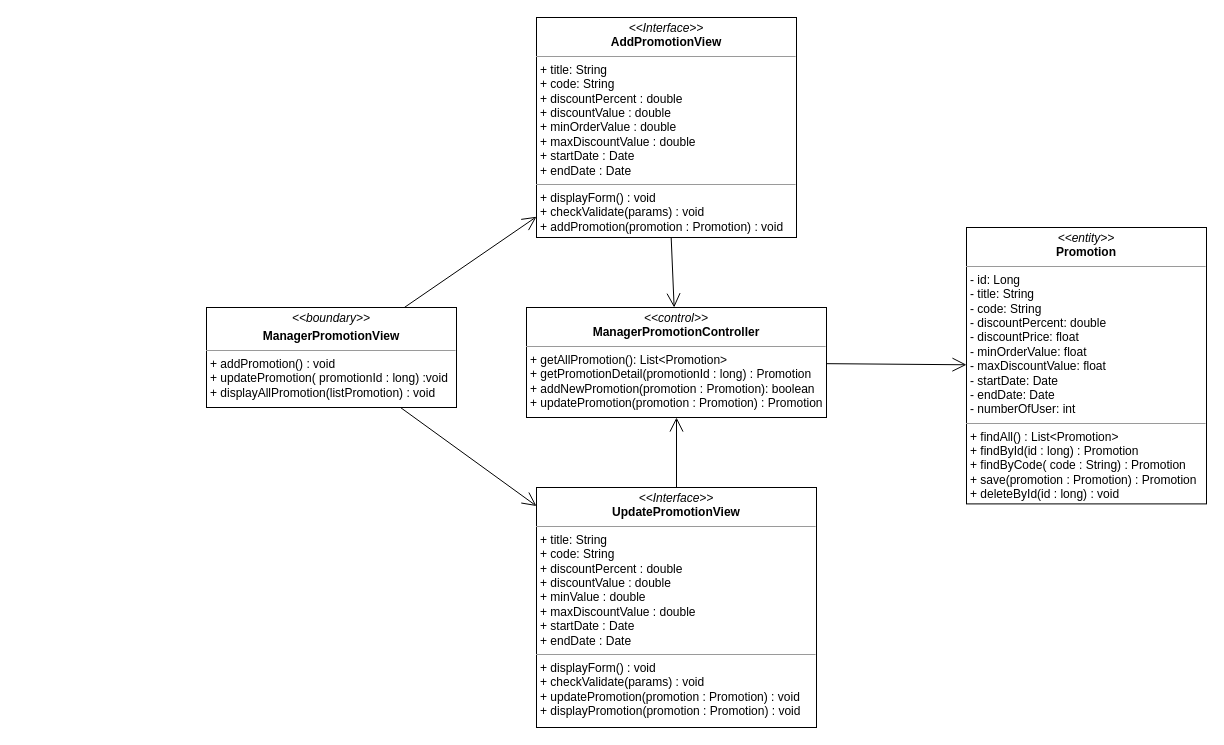
The draw.io diagram class diagram/add-promotion-class-diagram.drawio in nguyenphamvan/datn_20202, before the edit. Source tidied: cells renumbered, new cells numbered last; positions are measured from the earlier drawing's top-left corner, leaving out a move shared by most shapes. Both pictures are drawn from the tidied source at 100%, with x=0, y=0 at pixel (206, 17).
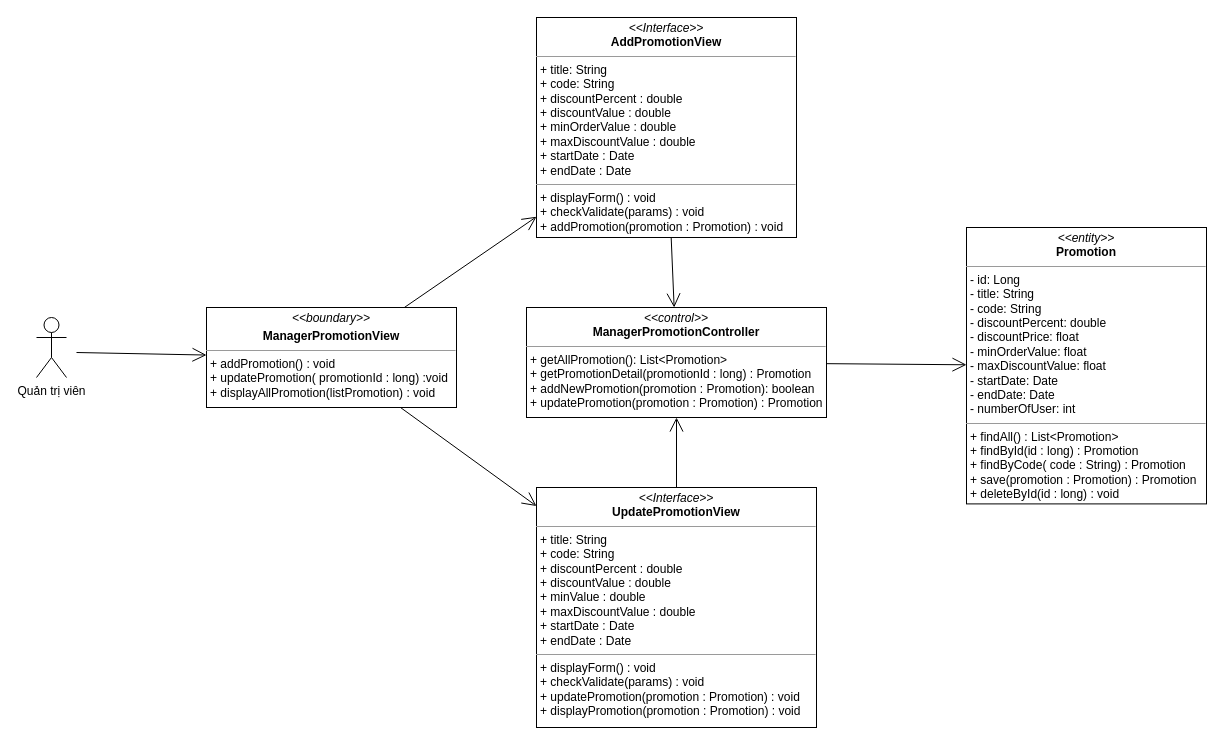
Above is the later version.

What changed in the source:
```diff
@@
 <mxGraphModel>
   <root>
     <mxCell id="0" />
     <mxCell id="1" parent="0" />
     <mxCell id="2" style="endArrow=open;endFill=1;endSize=12;html=1;" parent="1" edge="1" source="8" target="3">
       <mxGeometry relative="1" as="geometry" />
     </mxCell>
     <mxCell id="3" value="&lt;p style=&quot;margin: 0px ; margin-top: 4px ; text-align: center&quot;&gt;&lt;i&gt;&amp;lt;&amp;lt;control&amp;gt;&amp;gt;&lt;/i&gt;&lt;br&gt;&lt;b&gt;ManagerPromotionController&lt;/b&gt;&lt;/p&gt;&lt;hr size=&quot;1&quot;&gt;&lt;p style=&quot;margin: 0px ; margin-left: 4px&quot;&gt;+ getAllPromotion(): List&amp;lt;Promotion&amp;gt;&lt;br&gt;&lt;/p&gt;&lt;p style=&quot;margin: 0px ; margin-left: 4px&quot;&gt;+ getPromotionDetail(promotionId : long) : Promotion&lt;/p&gt;&lt;p style=&quot;margin: 0px ; margin-left: 4px&quot;&gt;+ addNewPromotion(promotion : Promotion): boolean&lt;/p&gt;&lt;p style=&quot;margin: 0px ; margin-left: 4px&quot;&gt;+ updatePromotion(promotion : Promotion) : Promotion&lt;/p&gt;" style="verticalAlign=top;align=left;overflow=fill;fontSize=12;fontFamily=Helvetica;html=1;" parent="1" vertex="1">
       <mxGeometry x="320" y="290" width="300" height="110" as="geometry" />
     </mxCell>
     <mxCell id="4" style="endArrow=open;endFill=1;endSize=12;html=1;" parent="1" edge="1" source="3" target="5">
       <mxGeometry relative="1" as="geometry" />
     </mxCell>
     <mxCell id="5" value="&lt;p style=&quot;margin: 0px ; margin-top: 4px ; text-align: center&quot;&gt;&lt;i&gt;&amp;lt;&amp;lt;entity&amp;gt;&amp;gt;&lt;/i&gt;&lt;br&gt;&lt;b&gt;Promotion&lt;/b&gt;&lt;/p&gt;&lt;hr size=&quot;1&quot;&gt;&lt;p style=&quot;margin: 0px ; margin-left: 4px&quot;&gt;- id: Long&lt;/p&gt;&lt;p style=&quot;margin: 0px 0px 0px 4px&quot;&gt;- title: String&lt;br&gt;- code: String&lt;/p&gt;&lt;p style=&quot;margin: 0px 0px 0px 4px&quot;&gt;- discountPercent: double&lt;/p&gt;&lt;p style=&quot;margin: 0px 0px 0px 4px&quot;&gt;- discountPrice: float&lt;/p&gt;&lt;p style=&quot;margin: 0px 0px 0px 4px&quot;&gt;- minOrderValue: float&lt;/p&gt;&lt;p style=&quot;margin: 0px 0px 0px 4px&quot;&gt;- maxDiscountValue: float&lt;/p&gt;&lt;p style=&quot;margin: 0px 0px 0px 4px&quot;&gt;- startDate: Date&lt;/p&gt;&lt;p style=&quot;margin: 0px 0px 0px 4px&quot;&gt;- endDate: Date&lt;/p&gt;&lt;p style=&quot;margin: 0px 0px 0px 4px&quot;&gt;- numberOfUser: int&lt;span&gt;&amp;nbsp;&lt;/span&gt;&lt;/p&gt;&lt;hr size=&quot;1&quot;&gt;&lt;p style=&quot;margin: 0px 0px 0px 4px&quot;&gt;+ findAll() : List&amp;lt;Promotion&amp;gt;&lt;/p&gt;&lt;p style=&quot;margin: 0px 0px 0px 4px&quot;&gt;+ findById(id : long) : Promotion&lt;/p&gt;&lt;p style=&quot;margin: 0px 0px 0px 4px&quot;&gt;+ findByCode( code : String) : Promotion&lt;/p&gt;&lt;p style=&quot;margin: 0px 0px 0px 4px&quot;&gt;+ save(promotion : Promotion) : Promotion&lt;/p&gt;&lt;p style=&quot;margin: 0px 0px 0px 4px&quot;&gt;+ deleteById(id : long) : void&lt;/p&gt;" style="verticalAlign=top;align=left;overflow=fill;fontSize=12;fontFamily=Helvetica;html=1;" parent="1" vertex="1">
       <mxGeometry x="760" y="210" width="240" height="276.4" as="geometry" />
     </mxCell>
     <mxCell id="6" style="endArrow=open;endFill=1;endSize=12;html=1;" parent="1" edge="1" source="9" target="3">
       <mxGeometry relative="1" as="geometry" />
     </mxCell>
     <mxCell id="7" value="&lt;p style=&quot;margin: 0px ; margin-top: 4px ; text-align: center&quot;&gt;&lt;i&gt;&amp;lt;&amp;lt;boundary&amp;gt;&amp;gt;&lt;/i&gt;&lt;/p&gt;&lt;p style=&quot;margin: 0px ; margin-top: 4px ; text-align: center&quot;&gt;&lt;b&gt;ManagerPromotionView&lt;/b&gt;&lt;/p&gt;&lt;hr size=&quot;1&quot;&gt;&lt;p style=&quot;margin: 0px ; margin-left: 4px&quot;&gt;&lt;span&gt;+ addPromotion() : void&lt;/span&gt;&lt;br&gt;&lt;/p&gt;&lt;p style=&quot;margin: 0px ; margin-left: 4px&quot;&gt;&lt;span&gt;+ updatePromotion( promotionId : long) :void&lt;/span&gt;&lt;/p&gt;&lt;p style=&quot;margin: 0px ; margin-left: 4px&quot;&gt;+ displayAllPromotion(listPromotion) : void&lt;span&gt;&lt;br&gt;&lt;/span&gt;&lt;/p&gt;" style="verticalAlign=top;align=left;overflow=fill;fontSize=12;fontFamily=Helvetica;html=1;" parent="1" vertex="1">
       <mxGeometry y="290" width="250" height="100" as="geometry" />
     </mxCell>
     <mxCell id="8" value="&lt;p style=&quot;margin: 0px ; margin-top: 4px ; text-align: center&quot;&gt;&lt;i&gt;&amp;lt;&amp;lt;Interface&amp;gt;&amp;gt;&lt;/i&gt;&lt;br&gt;&lt;b&gt;AddPromotionView&lt;/b&gt;&lt;br&gt;&lt;/p&gt;&lt;hr size=&quot;1&quot;&gt;&lt;p style=&quot;margin: 0px ; margin-left: 4px&quot;&gt;+ title: String&lt;br&gt;+ code: String&lt;/p&gt;&lt;p style=&quot;margin: 0px ; margin-left: 4px&quot;&gt;+ discountPercent : double&lt;/p&gt;&lt;p style=&quot;margin: 0px ; margin-left: 4px&quot;&gt;+ discountValue : double&lt;/p&gt;&lt;p style=&quot;margin: 0px ; margin-left: 4px&quot;&gt;+ minOrderValue : double&lt;/p&gt;&lt;p style=&quot;margin: 0px ; margin-left: 4px&quot;&gt;+ maxDiscountValue : double&lt;/p&gt;&lt;p style=&quot;margin: 0px ; margin-left: 4px&quot;&gt;+ startDate : Date&lt;/p&gt;&lt;p style=&quot;margin: 0px ; margin-left: 4px&quot;&gt;+ endDate : Date&lt;/p&gt;&lt;hr size=&quot;1&quot;&gt;&lt;p style=&quot;margin: 0px 0px 0px 4px&quot;&gt;+ displayForm() : void&lt;br&gt;&lt;/p&gt;&lt;p style=&quot;margin: 0px 0px 0px 4px&quot;&gt;+ checkValidate(params) : void&lt;/p&gt;&lt;p style=&quot;margin: 0px 0px 0px 4px&quot;&gt;+ addPromotion(promotion : Promotion) : void&lt;/p&gt;" style="verticalAlign=top;align=left;overflow=fill;fontSize=12;fontFamily=Helvetica;html=1;" parent="1" vertex="1">
       <mxGeometry x="330" width="260" height="220" as="geometry" />
     </mxCell>
     <mxCell id="9" value="&lt;p style=&quot;margin: 0px ; margin-top: 4px ; text-align: center&quot;&gt;&lt;i&gt;&amp;lt;&amp;lt;Interface&amp;gt;&amp;gt;&lt;/i&gt;&lt;br&gt;&lt;b&gt;UpdatePromotionView&lt;/b&gt;&lt;br&gt;&lt;/p&gt;&lt;hr size=&quot;1&quot;&gt;&lt;p style=&quot;margin: 0px ; margin-left: 4px&quot;&gt;+ title: String&lt;br&gt;+ code: String&lt;/p&gt;&lt;p style=&quot;margin: 0px ; margin-left: 4px&quot;&gt;+ discountPercent : double&lt;/p&gt;&lt;p style=&quot;margin: 0px ; margin-left: 4px&quot;&gt;+ discountValue : double&lt;/p&gt;&lt;p style=&quot;margin: 0px ; margin-left: 4px&quot;&gt;+ minValue : double&lt;/p&gt;&lt;p style=&quot;margin: 0px ; margin-left: 4px&quot;&gt;+ maxDiscountValue : double&lt;/p&gt;&lt;p style=&quot;margin: 0px ; margin-left: 4px&quot;&gt;+ startDate : Date&lt;/p&gt;&lt;p style=&quot;margin: 0px ; margin-left: 4px&quot;&gt;+ endDate : Date&lt;/p&gt;&lt;hr size=&quot;1&quot;&gt;&lt;p style=&quot;margin: 0px 0px 0px 4px&quot;&gt;+ displayForm() : void&lt;br&gt;&lt;/p&gt;&lt;p style=&quot;margin: 0px 0px 0px 4px&quot;&gt;+ checkValidate(params) : void&lt;/p&gt;&lt;p style=&quot;margin: 0px 0px 0px 4px&quot;&gt;+ updatePromotion(promotion : Promotion) : void&lt;/p&gt;&lt;p style=&quot;margin: 0px 0px 0px 4px&quot;&gt;+ displayPromotion(promotion : Promotion) : void&lt;/p&gt;" style="verticalAlign=top;align=left;overflow=fill;fontSize=12;fontFamily=Helvetica;html=1;" parent="1" vertex="1">
       <mxGeometry x="330" y="470" width="280" height="240" as="geometry" />
     </mxCell>
     <mxCell id="10" style="endArrow=open;endFill=1;endSize=12;html=1;" parent="1" edge="1" source="7" target="8">
       <mxGeometry relative="1" as="geometry" />
     </mxCell>
     <mxCell id="11" style="endArrow=open;endFill=1;endSize=12;html=1;" parent="1" edge="1" source="7" target="9">
       <mxGeometry relative="1" as="geometry" />
     </mxCell>
+    <mxCell id="12" value="Quản trị viên" style="shape=umlActor;verticalLabelPosition=bottom;verticalAlign=top;html=1;" parent="1" vertex="1">
+      <mxGeometry x="-170" y="300" width="30" height="60" as="geometry" />
+    </mxCell>
+    <mxCell id="13" style="endArrow=open;endFill=1;endSize=12;html=1;" parent="1" edge="1" target="7">
+      <mxGeometry relative="1" as="geometry">
+        <mxPoint x="-130" y="335" as="sourcePoint" />
+      </mxGeometry>
+    </mxCell>
   </root>
 </mxGraphModel>
```
